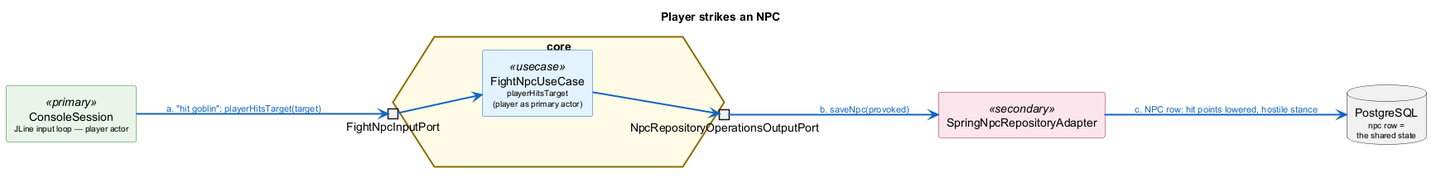
Above: docs/diagrams/player-strikes-npc.png in gushakov/game-clean (PlantUML), before the change.
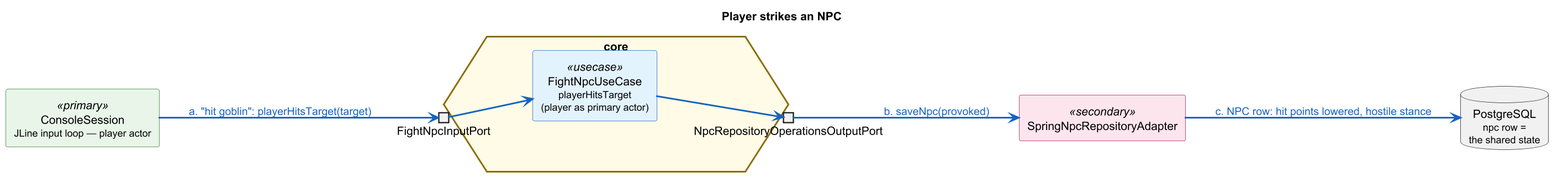
Later version of the same file.

Commit message:
docs(diagrams): render combat diagrams at 1.5x with larger arrow, port and sub-line fonts

What changed in the source:
```diff
@@ -2,11 +2,12 @@
 title Player strikes an NPC
 
 left to right direction
+scale 1.5
 skinparam componentStyle rectangle
 skinparam linetype polyline
 skinparam defaultTextAlignment center
-skinparam ArrowFontSize 11
-skinparam PortFontSize 10
+skinparam ArrowFontSize 13
+skinparam PortFontSize 13
 skinparam nodesep 25
 skinparam ranksep 70
 skinparam HexagonBorderColor #8A6D00
@@ -20,16 +21,16 @@
   BorderColor<<secondary>> #AD1457
 }
 
-component "ConsoleSession\n<size:10>JLine input loop — player actor</size>" as console <<primary>>
+component "ConsoleSession\n<size:12>JLine input loop — player actor</size>" as console <<primary>>
 
 hexagon "core" as hex #FFFBE6 {
   portin "FightNpcInputPort" as fightIn
-  component "FightNpcUseCase\n<size:10>playerHitsTarget</size>\n<size:10>(player as primary actor)</size>" as fight <<usecase>>
+  component "FightNpcUseCase\n<size:12>playerHitsTarget</size>\n<size:12>(player as primary actor)</size>" as fight <<usecase>>
   portout "NpcRepositoryOperationsOutputPort" as npcRepoOut
 }
 
 component "SpringNpcRepositoryAdapter" as npcRepo <<secondary>>
-database "PostgreSQL\n<size:10>npc row =</size>\n<size:10>the shared state</size>" as db
+database "PostgreSQL\n<size:12>npc row =</size>\n<size:12>the shared state</size>" as db
 
 console -[#1565C0,bold]-> fightIn : <color:#1565C0>a. "hit goblin": playerHitsTarget(target)
 fightIn -[#1565C0,bold]-> fight
```
